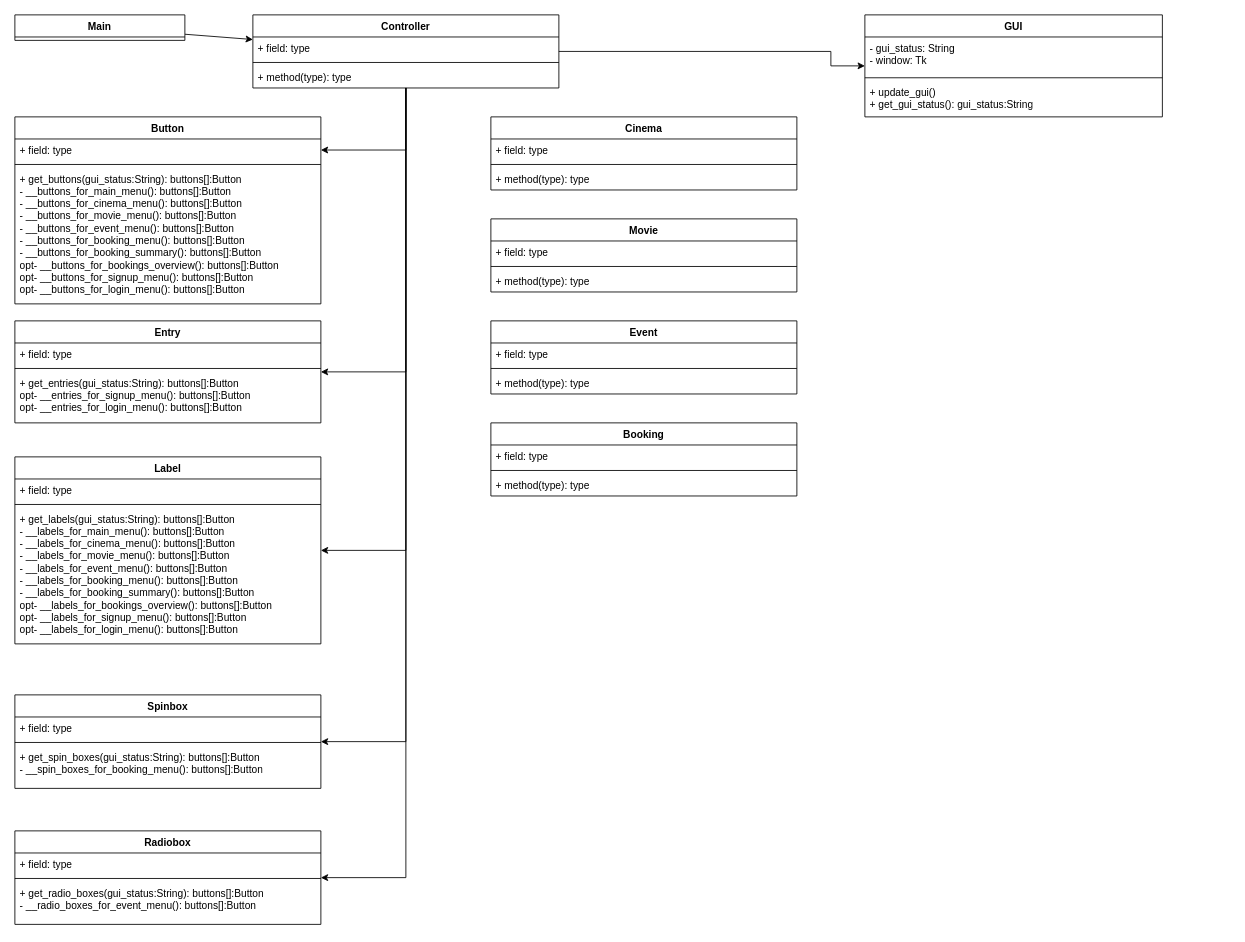
Above: Klassendiagramm Kinobuchungsprogramm.drawio in SirPatschiii/Kinobuchungsprogramm (draw.io), before the change. Source tidied: cells renumbered, new cells numbered last; positions are measured from the earlier drawing's top-left corner, leaving out a move shared by most shapes. Both pictures are drawn from the tidied source at 85%, with x=0, y=0 at pixel (14, 14).
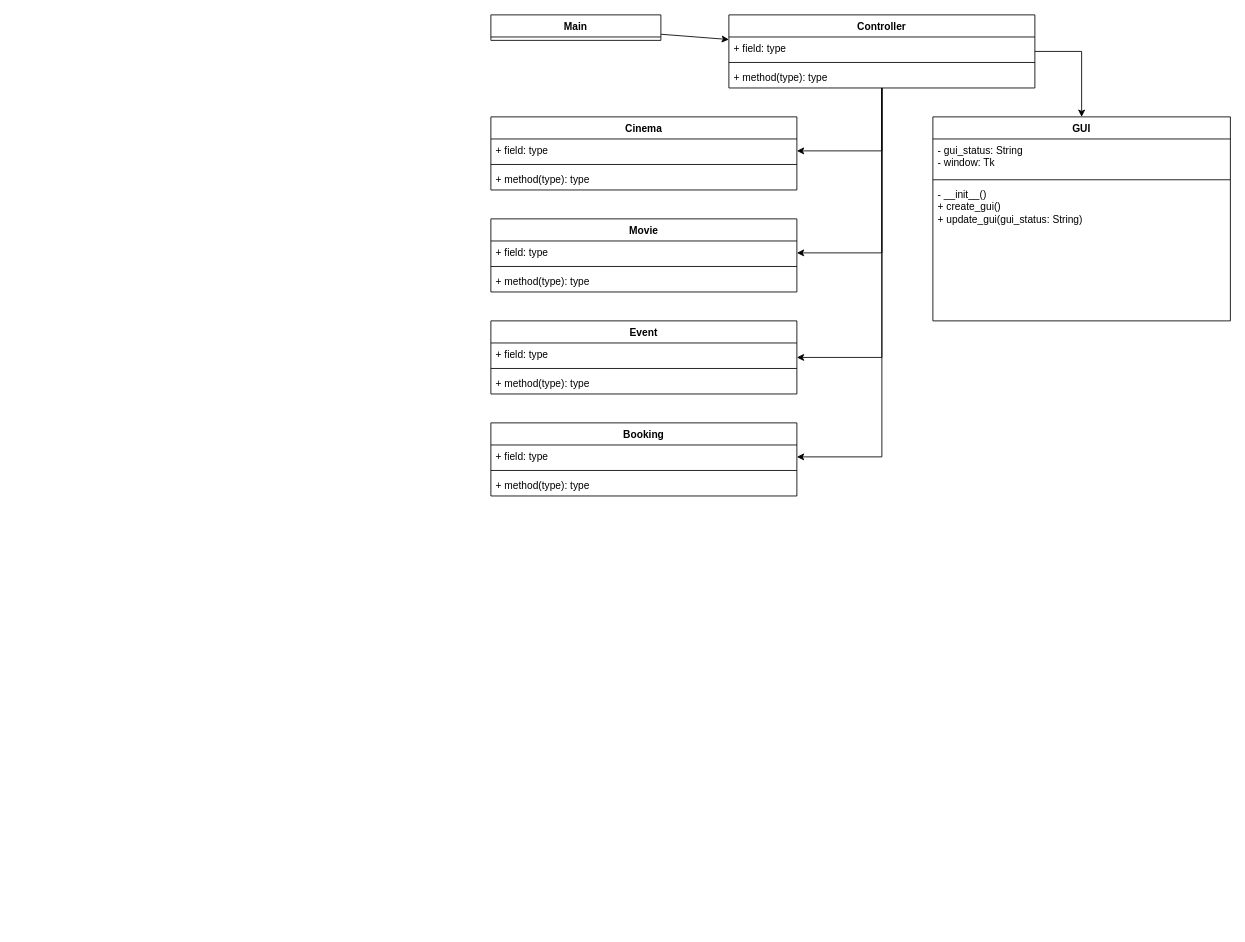
Above is the later version.

The change refers to these unchanged cells:
```xml
<mxCell id="38" value="Cinema" style="swimlane;fontStyle=1;align=center;verticalAlign=top;horizontal=1;startSize=26;whiteSpace=wrap;html=1;" parent="1" vertex="1">
  <mxGeometry x="560" y="120" width="360" height="86" as="geometry" />
</mxCell>
<mxCell id="42" value="Movie" style="swimlane;fontStyle=1;align=center;verticalAlign=top;horizontal=1;startSize=26;whiteSpace=wrap;html=1;" parent="1" vertex="1">
  <mxGeometry x="560" y="240" width="360" height="86" as="geometry" />
</mxCell>
<mxCell id="46" value="Event" style="swimlane;fontStyle=1;align=center;verticalAlign=top;horizontal=1;startSize=26;whiteSpace=wrap;html=1;" parent="1" vertex="1">
  <mxGeometry x="560" y="360" width="360" height="86" as="geometry" />
</mxCell>
<mxCell id="50" value="Booking" style="swimlane;fontStyle=1;align=center;verticalAlign=top;horizontal=1;startSize=26;whiteSpace=wrap;html=1;rotation=0;" parent="1" vertex="1">
  <mxGeometry x="560" y="480" width="360" height="86" as="geometry" />
</mxCell>
```

Diff of the diagram source:
```diff
@@
     <mxCell id="3" value="Main" style="swimlane;fontStyle=1;align=center;verticalAlign=top;horizontal=1;startSize=26;whiteSpace=wrap;html=1;" parent="1" vertex="1">
-      <mxGeometry width="200" height="30" as="geometry" />
+      <mxGeometry x="560" width="200" height="30" as="geometry" />
     </mxCell>
     <mxCell id="4" value="Controller" style="swimlane;fontStyle=1;align=center;verticalAlign=top;horizontal=1;startSize=26;whiteSpace=wrap;html=1;" parent="1" vertex="1">
-      <mxGeometry x="280" width="360" height="86" as="geometry" />
+      <mxGeometry x="840" width="360" height="86" as="geometry" />
     </mxCell>
@@
-    <mxCell id="8" style="edgeStyle=orthogonalEdgeStyle;rounded=0;jettySize=auto;html=1;" parent="1" edge="1" source="4" target="14">
-      <mxGeometry relative="1" as="geometry" />
+    <mxCell id="8" style="edgeStyle=orthogonalEdgeStyle;rounded=0;jettySize=auto;html=1;" parent="1" edge="1" source="4" target="38">
+      <mxGeometry relative="1" as="geometry">
+        <Array as="points">
+          <mxPoint x="1020" y="160" />
+        </Array>
+      </mxGeometry>
     </mxCell>
     <mxCell id="9" value="GUI" style="swimlane;fontStyle=1;align=center;verticalAlign=top;horizontal=1;startSize=26;whiteSpace=wrap;html=1;" parent="1" vertex="1">
-      <mxGeometry x="1000" width="350" height="120" as="geometry" />
+      <mxGeometry x="1080" y="120" width="350" height="240" as="geometry" />
     </mxCell>
@@
-    <mxCell id="12" value="+ update_gui()&lt;br&gt;+ get_gui_status(): gui_status:String" style="text;strokeColor=none;fillColor=none;align=left;verticalAlign=top;spacingLeft=4;spacingRight=4;overflow=hidden;whiteSpace=wrap;html=1;" parent="9" vertex="1">
-      <mxGeometry y="78" width="350" height="42" as="geometry" />
+    <mxCell id="12" value="- __init__()&lt;br&gt;+ create_gui()&lt;br&gt;+ update_gui(gui_status: String)" style="text;strokeColor=none;fillColor=none;align=left;verticalAlign=top;spacingLeft=4;spacingRight=4;overflow=hidden;whiteSpace=wrap;html=1;" parent="9" vertex="1">
+      <mxGeometry y="78" width="350" height="162" as="geometry" />
     </mxCell>
-    <mxCell id="13" value="Button" style="swimlane;fontStyle=1;align=center;verticalAlign=top;horizontal=1;startSize=26;whiteSpace=wrap;html=1;" parent="1" vertex="1">
-      <mxGeometry y="120" width="360" height="220" as="geometry" />
-    </mxCell>
-    <mxCell id="14" value="+ field: type" style="text;strokeColor=none;fillColor=none;align=left;verticalAlign=top;spacingLeft=4;spacingRight=4;overflow=hidden;points=[[0,0.5],[1,0.5]];portConstraint=eastwest;whiteSpace=wrap;html=1;" parent="13" vertex="1">
-      <mxGeometry y="26" width="360" height="26" as="geometry" />
-    </mxCell>
-    <mxCell id="15" style="line;strokeWidth=1;fillColor=none;align=left;verticalAlign=middle;spacingTop=-1;spacingLeft=3;spacingRight=3;labelPosition=right;strokeColor=inherit;" parent="13" vertex="1">
-      <mxGeometry y="52" width="360" height="8" as="geometry" />
-    </mxCell>
-    <mxCell id="16" value="+ get_buttons(gui_status:String): buttons[]:Button&lt;br&gt;- __buttons_for_main_menu(): buttons[]:Button&lt;br&gt;- __buttons_for_cinema_menu(): buttons[]:Button&lt;br&gt;- __buttons_for_movie_menu(): buttons[]:Button&lt;br&gt;- __buttons_for_event_menu(): buttons[]:Button&lt;br&gt;- __buttons_for_booking_menu(): buttons[]:Button&lt;br&gt;- __buttons_for_booking_summary(): buttons[]:Button&lt;br&gt;opt- __buttons_for_bookings_overview(): buttons[]:Button&lt;br&gt;opt- __buttons_for_signup_menu(): buttons[]:Button&lt;br&gt;opt- __buttons_for_login_menu(): buttons[]:Button" style="text;strokeColor=none;fillColor=none;align=left;verticalAlign=top;spacingLeft=4;spacingRight=4;overflow=hidden;whiteSpace=wrap;html=1;" parent="13" vertex="1">
-      <mxGeometry y="60" width="360" height="160" as="geometry" />
-    </mxCell>
     <mxCell id="17" style="edgeStyle=orthogonalEdgeStyle;rounded=0;jettySize=auto;html=1;" parent="1" edge="1" source="4" target="9">
       <mxGeometry relative="1" as="geometry">
         <Array as="points">
-          <mxPoint x="960" y="43" />
-          <mxPoint x="960" y="60" />
+          <mxPoint x="1255" y="43" />
         </Array>
       </mxGeometry>
     </mxCell>
-    <mxCell id="18" value="Entry" style="swimlane;fontStyle=1;align=center;verticalAlign=top;horizontal=1;startSize=26;whiteSpace=wrap;html=1;" parent="1" vertex="1">
-      <mxGeometry y="360" width="360" height="120" as="geometry" />
-    </mxCell>
-    <mxCell id="19" value="+ field: type" style="text;strokeColor=none;fillColor=none;align=left;verticalAlign=top;spacingLeft=4;spacingRight=4;overflow=hidden;whiteSpace=wrap;html=1;" parent="18" vertex="1">
-      <mxGeometry y="26" width="360" height="26" as="geometry" />
-    </mxCell>
-    <mxCell id="20" style="line;strokeWidth=1;fillColor=none;align=left;verticalAlign=middle;spacingTop=-1;spacingLeft=3;spacingRight=3;labelPosition=right;strokeColor=inherit;" parent="18" vertex="1">
-      <mxGeometry y="52" width="360" height="8" as="geometry" />
-    </mxCell>
-    <mxCell id="21" value="+ get_entries(gui_status:String): buttons[]:Button&lt;br&gt;opt- __entries_for_signup_menu(): buttons[]:Button&lt;br&gt;opt- __entries_for_login_menu(): buttons[]:Button" style="text;strokeColor=none;fillColor=none;align=left;verticalAlign=top;spacingLeft=4;spacingRight=4;overflow=hidden;whiteSpace=wrap;html=1;" parent="18" vertex="1">
-      <mxGeometry y="60" width="360" height="60" as="geometry" />
-    </mxCell>
-    <mxCell id="22" value="Label" style="swimlane;fontStyle=1;align=center;verticalAlign=top;horizontal=1;startSize=26;whiteSpace=wrap;html=1;" parent="1" vertex="1">
-      <mxGeometry y="520" width="360" height="220" as="geometry" />
-    </mxCell>
-    <mxCell id="23" value="+ field: type" style="text;strokeColor=none;fillColor=none;align=left;verticalAlign=top;spacingLeft=4;spacingRight=4;overflow=hidden;whiteSpace=wrap;html=1;" parent="22" vertex="1">
-      <mxGeometry y="26" width="360" height="26" as="geometry" />
-    </mxCell>
-    <mxCell id="24" style="line;strokeWidth=1;fillColor=none;align=left;verticalAlign=middle;spacingTop=-1;spacingLeft=3;spacingRight=3;labelPosition=right;strokeColor=inherit;" parent="22" vertex="1">
-      <mxGeometry y="52" width="360" height="8" as="geometry" />
-    </mxCell>
-    <mxCell id="25" value="+ get_labels(gui_status:String): buttons[]:Button&lt;br&gt;- __labels_for_main_menu(): buttons[]:Button&lt;br&gt;- __labels_for_cinema_menu(): buttons[]:Button&lt;br&gt;- __labels_for_movie_menu(): buttons[]:Button&lt;br&gt;- __labels_for_event_menu(): buttons[]:Button&lt;br&gt;- __labels_for_booking_menu(): buttons[]:Button&lt;br&gt;- __labels_for_booking_summary(): buttons[]:Button&lt;br&gt;opt- __labels_for_bookings_overview(): buttons[]:Button&lt;br&gt;opt- __labels_for_signup_menu(): buttons[]:Button&lt;br&gt;opt- __labels_for_login_menu(): buttons[]:Button" style="text;strokeColor=none;fillColor=none;align=left;verticalAlign=top;spacingLeft=4;spacingRight=4;overflow=hidden;whiteSpace=wrap;html=1;" parent="22" vertex="1">
-      <mxGeometry y="60" width="360" height="160" as="geometry" />
-    </mxCell>
-    <mxCell id="26" value="Spinbox" style="swimlane;fontStyle=1;align=center;verticalAlign=top;horizontal=1;startSize=26;whiteSpace=wrap;html=1;" parent="1" vertex="1">
-      <mxGeometry y="800" width="360" height="110" as="geometry" />
-    </mxCell>
-    <mxCell id="27" value="+ field: type" style="text;strokeColor=none;fillColor=none;align=left;verticalAlign=top;spacingLeft=4;spacingRight=4;overflow=hidden;whiteSpace=wrap;html=1;" parent="26" vertex="1">
-      <mxGeometry y="26" width="360" height="26" as="geometry" />
-    </mxCell>
-    <mxCell id="28" style="line;strokeWidth=1;fillColor=none;align=left;verticalAlign=middle;spacingTop=-1;spacingLeft=3;spacingRight=3;labelPosition=right;strokeColor=inherit;" parent="26" vertex="1">
-      <mxGeometry y="52" width="360" height="8" as="geometry" />
-    </mxCell>
-    <mxCell id="29" value="+ get_spin_boxes(gui_status:String): buttons[]:Button&lt;br&gt;- __spin_boxes_for_booking_menu(): buttons[]:Button" style="text;strokeColor=none;fillColor=none;align=left;verticalAlign=top;spacingLeft=4;spacingRight=4;overflow=hidden;whiteSpace=wrap;html=1;" parent="26" vertex="1">
-      <mxGeometry y="60" width="360" height="50" as="geometry" />
-    </mxCell>
-    <mxCell id="30" value="Radiobox" style="swimlane;fontStyle=1;align=center;verticalAlign=top;horizontal=1;startSize=26;whiteSpace=wrap;html=1;" parent="1" vertex="1">
-      <mxGeometry y="960" width="360" height="110" as="geometry" />
-    </mxCell>
-    <mxCell id="31" value="+ field: type" style="text;strokeColor=none;fillColor=none;align=left;verticalAlign=top;spacingLeft=4;spacingRight=4;overflow=hidden;whiteSpace=wrap;html=1;" parent="30" vertex="1">
-      <mxGeometry y="26" width="360" height="26" as="geometry" />
-    </mxCell>
-    <mxCell id="32" style="line;strokeWidth=1;fillColor=none;align=left;verticalAlign=middle;spacingTop=-1;spacingLeft=3;spacingRight=3;labelPosition=right;strokeColor=inherit;" parent="30" vertex="1">
-      <mxGeometry y="52" width="360" height="8" as="geometry" />
-    </mxCell>
-    <mxCell id="33" value="+ get_radio_boxes(gui_status:String): buttons[]:Button&lt;br&gt;- __radio_boxes_for_event_menu(): buttons[]:Button" style="text;strokeColor=none;fillColor=none;align=left;verticalAlign=top;spacingLeft=4;spacingRight=4;overflow=hidden;whiteSpace=wrap;html=1;" parent="30" vertex="1">
-      <mxGeometry y="60" width="360" height="50" as="geometry" />
-    </mxCell>
-    <mxCell id="34" style="edgeStyle=orthogonalEdgeStyle;rounded=0;jettySize=auto;html=1;" parent="1" edge="1" source="4" target="18">
+    <mxCell id="34" style="edgeStyle=orthogonalEdgeStyle;rounded=0;jettySize=auto;html=1;" parent="1" edge="1" source="4" target="42">
       <mxGeometry relative="1" as="geometry">
         <Array as="points">
-          <mxPoint x="460" y="420" />
+          <mxPoint x="1020" y="280" />
         </Array>
       </mxGeometry>
     </mxCell>
-    <mxCell id="35" style="edgeStyle=orthogonalEdgeStyle;rounded=0;jettySize=auto;html=1;" parent="1" edge="1" source="4" target="22">
+    <mxCell id="35" style="edgeStyle=orthogonalEdgeStyle;rounded=0;jettySize=auto;html=1;" parent="1" edge="1" source="4" target="46">
       <mxGeometry relative="1" as="geometry">
         <Array as="points">
-          <mxPoint x="460" y="630" />
+          <mxPoint x="1020" y="403" />
         </Array>
       </mxGeometry>
     </mxCell>
-    <mxCell id="36" style="edgeStyle=orthogonalEdgeStyle;rounded=0;jettySize=auto;html=1;" parent="1" edge="1" source="4" target="26">
+    <mxCell id="36" style="edgeStyle=orthogonalEdgeStyle;rounded=0;jettySize=auto;html=1;" parent="1" edge="1" source="4" target="50">
       <mxGeometry relative="1" as="geometry">
         <Array as="points">
-          <mxPoint x="460" y="855" />
+          <mxPoint x="1020" y="520" />
         </Array>
       </mxGeometry>
     </mxCell>
-    <mxCell id="37" style="edgeStyle=orthogonalEdgeStyle;rounded=0;jettySize=auto;html=1;" parent="1" edge="1" source="4" target="30">
-      <mxGeometry relative="1" as="geometry">
-        <Array as="points">
-          <mxPoint x="460" y="1015" />
-        </Array>
-      </mxGeometry>
-    </mxCell>
```
